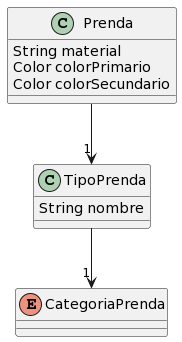
MarcoPiatti/qmp keeps this PlantUML diagram as qmp_diagrama.png. Above is the earlier version. Source of this version:
```plantuml
@startuml
class Prenda {
    String material
    Color colorPrimario
    Color colorSecundario
}

class TipoPrenda {
    String nombre
}

Prenda --> "1" TipoPrenda

enum CategoriaPrenda

TipoPrenda --> "1" CategoriaPrenda
@enduml
```
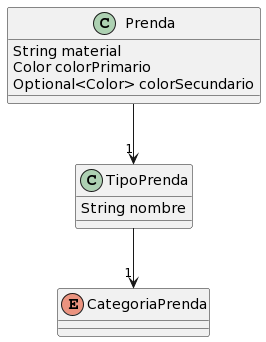
Above is the later version.

Diff of the diagram source:
```diff
@@ -2,7 +2,7 @@
 class Prenda {
     String material
     Color colorPrimario
-    Color colorSecundario
+    Optional<Color> colorSecundario
 }
 
 class TipoPrenda {
```
